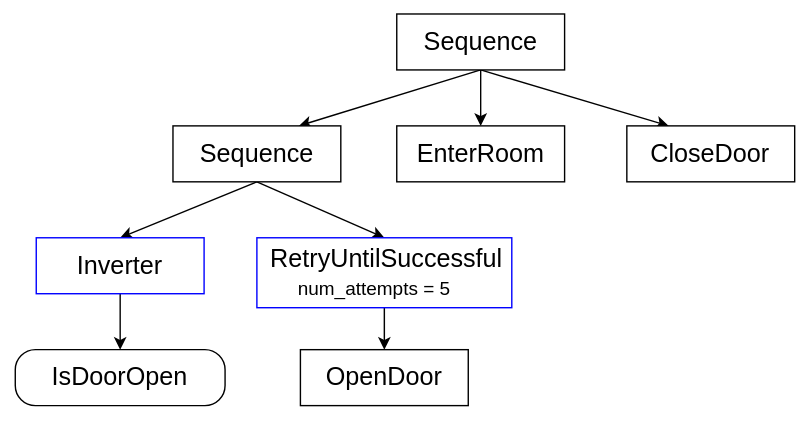
Above: docs/learn-the-basics/images/DecoratorEnterRoom.svg in BehaviorTree/btcpp_website (draw.io), before the change. Source tidied: cells renumbered, new cells last; positions are measured from the earlier drawing's top-left corner, leaving out a move shared by most shapes. Source of this version:
```xml
<mxGraphModel>
  <root>
    <mxCell id="0" />
    <mxCell id="1" parent="0" />
    <mxCell id="2" style="edgeStyle=none;rounded=0;jettySize=auto;html=1;exitX=0.5;exitY=1;exitDx=0;exitDy=0;entryX=0.75;entryY=0;entryDx=0;entryDy=0;fontSize=18;" parent="1" edge="1" source="5" target="8">
      <mxGeometry relative="1" as="geometry" />
    </mxCell>
    <mxCell id="3" style="edgeStyle=none;rounded=0;jettySize=auto;html=1;exitX=0.5;exitY=1;exitDx=0;exitDy=0;fontSize=18;entryX=0.5;entryY=0;entryDx=0;entryDy=0;" parent="1" edge="1" source="5" target="9">
      <mxGeometry relative="1" as="geometry" />
    </mxCell>
    <mxCell id="4" style="edgeStyle=none;rounded=0;jettySize=auto;html=1;exitX=0.5;exitY=1;exitDx=0;exitDy=0;entryX=0.25;entryY=0;entryDx=0;entryDy=0;fontSize=18;" parent="1" edge="1" source="5" target="10">
      <mxGeometry relative="1" as="geometry" />
    </mxCell>
    <mxCell id="5" value="Sequence" style="rounded=0;whiteSpace=wrap;html=1;fontSize=18;" parent="1" vertex="1">
      <mxGeometry x="272.8" y="-0.5" width="120" height="40" as="geometry" />
    </mxCell>
    <mxCell id="6" style="edgeStyle=none;rounded=0;jettySize=auto;html=1;exitX=0.5;exitY=1;exitDx=0;exitDy=0;entryX=0.5;entryY=0;entryDx=0;entryDy=0;fontSize=15;" parent="1" edge="1" source="8" target="13">
      <mxGeometry relative="1" as="geometry" />
    </mxCell>
    <mxCell id="7" style="edgeStyle=none;rounded=0;jettySize=auto;html=1;exitX=0.5;exitY=1;exitDx=0;exitDy=0;entryX=0.5;entryY=0;entryDx=0;entryDy=0;fontSize=15;" parent="1" edge="1" source="8" target="16">
      <mxGeometry relative="1" as="geometry" />
    </mxCell>
    <mxCell id="8" value="Sequence" style="rounded=0;whiteSpace=wrap;html=1;fontSize=18;" parent="1" vertex="1">
      <mxGeometry x="112.8" y="79.5" width="120" height="40" as="geometry" />
    </mxCell>
    <mxCell id="9" value="EnterRoom" style="rounded=0;whiteSpace=wrap;html=1;fontSize=18;" parent="1" vertex="1">
      <mxGeometry x="272.8" y="79.5" width="120" height="40" as="geometry" />
    </mxCell>
    <mxCell id="10" value="CloseDoor" style="rounded=0;whiteSpace=wrap;html=1;fontSize=18;" parent="1" vertex="1">
      <mxGeometry x="437.2" y="79.5" width="120" height="40" as="geometry" />
    </mxCell>
    <mxCell id="11" value="IsDoorOpen" style="rounded=1;whiteSpace=wrap;html=1;fontSize=18;arcSize=36;" parent="1" vertex="1">
      <mxGeometry y="239.5" width="150" height="40" as="geometry" />
    </mxCell>
    <mxCell id="12" style="edgeStyle=none;rounded=0;jettySize=auto;html=1;exitX=0.5;exitY=1;exitDx=0;exitDy=0;entryX=0.5;entryY=0;entryDx=0;entryDy=0;fontSize=15;" parent="1" edge="1" source="13" target="14">
      <mxGeometry relative="1" as="geometry" />
    </mxCell>
    <mxCell id="13" value="&lt;div&gt;RetryUntilSuccessful&lt;/div&gt;&lt;div style=&quot;font-size: 15px&quot;&gt;num_attempts = 5&lt;br&gt;&lt;/div&gt;" style="rounded=0;whiteSpace=wrap;html=1;fontSize=18;strokeColor=#0000FF;" parent="1" vertex="1">
      <mxGeometry x="172.8" y="159.5" width="182.2" height="50" as="geometry" />
    </mxCell>
    <mxCell id="14" value="OpenDoor" style="rounded=0;whiteSpace=wrap;html=1;fontSize=18;" parent="1" vertex="1">
      <mxGeometry x="203.9" y="239.5" width="120" height="40" as="geometry" />
    </mxCell>
    <mxCell id="15" style="edgeStyle=none;rounded=0;jettySize=auto;html=1;exitX=0.5;exitY=1;exitDx=0;exitDy=0;fontSize=15;" parent="1" edge="1" source="16" target="11">
      <mxGeometry relative="1" as="geometry" />
    </mxCell>
    <mxCell id="16" value="Inverter" style="rounded=0;whiteSpace=wrap;html=1;fontSize=18;strokeColor=#0000FF;" parent="1" vertex="1">
      <mxGeometry x="15" y="159.5" width="120" height="40" as="geometry" />
    </mxCell>
  </root>
</mxGraphModel>
```
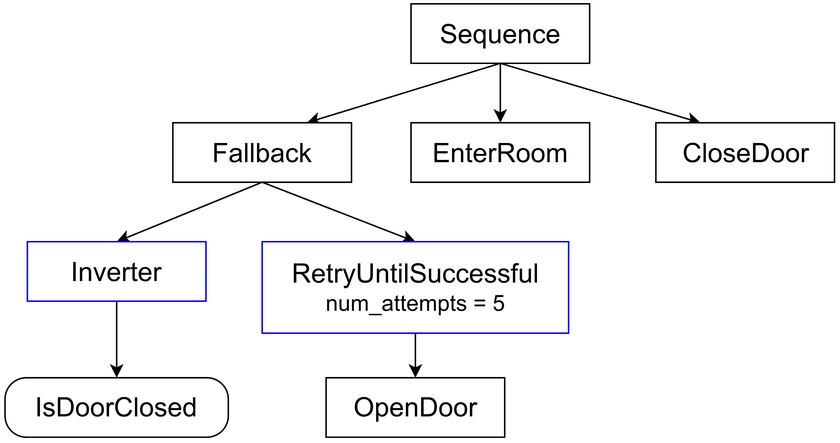
Later version of the same file.

Commit message:
fix example tree

The edit, as a diff of the source:
```diff
@@ -12,7 +12,7 @@
       <mxGeometry relative="1" as="geometry" />
     </mxCell>
     <mxCell id="5" value="Sequence" style="rounded=0;whiteSpace=wrap;html=1;fontSize=18;" parent="1" vertex="1">
-      <mxGeometry x="272.8" y="-0.5" width="120" height="40" as="geometry" />
+      <mxGeometry x="314.1" y="204.5" width="120" height="40" as="geometry" />
     </mxCell>
     <mxCell id="6" style="edgeStyle=none;rounded=0;jettySize=auto;html=1;exitX=0.5;exitY=1;exitDx=0;exitDy=0;entryX=0.5;entryY=0;entryDx=0;entryDy=0;fontSize=15;" parent="1" edge="1" source="8" target="13">
       <mxGeometry relative="1" as="geometry" />
@@ -20,32 +20,32 @@
     <mxCell id="7" style="edgeStyle=none;rounded=0;jettySize=auto;html=1;exitX=0.5;exitY=1;exitDx=0;exitDy=0;entryX=0.5;entryY=0;entryDx=0;entryDy=0;fontSize=15;" parent="1" edge="1" source="8" target="16">
       <mxGeometry relative="1" as="geometry" />
     </mxCell>
-    <mxCell id="8" value="Sequence" style="rounded=0;whiteSpace=wrap;html=1;fontSize=18;" parent="1" vertex="1">
-      <mxGeometry x="112.8" y="79.5" width="120" height="40" as="geometry" />
+    <mxCell id="8" value="Fallback" style="rounded=0;whiteSpace=wrap;html=1;fontSize=18;" parent="1" vertex="1">
+      <mxGeometry x="154.1" y="284.5" width="120" height="40" as="geometry" />
     </mxCell>
     <mxCell id="9" value="EnterRoom" style="rounded=0;whiteSpace=wrap;html=1;fontSize=18;" parent="1" vertex="1">
-      <mxGeometry x="272.8" y="79.5" width="120" height="40" as="geometry" />
+      <mxGeometry x="314.1" y="284.5" width="120" height="40" as="geometry" />
     </mxCell>
     <mxCell id="10" value="CloseDoor" style="rounded=0;whiteSpace=wrap;html=1;fontSize=18;" parent="1" vertex="1">
-      <mxGeometry x="437.2" y="79.5" width="120" height="40" as="geometry" />
+      <mxGeometry x="478.6" y="284.5" width="120" height="40" as="geometry" />
     </mxCell>
-    <mxCell id="11" value="IsDoorOpen" style="rounded=1;whiteSpace=wrap;html=1;fontSize=18;arcSize=36;" parent="1" vertex="1">
-      <mxGeometry y="239.5" width="150" height="40" as="geometry" />
+    <mxCell id="11" value="IsDoorClosed" style="rounded=1;whiteSpace=wrap;html=1;fontSize=18;arcSize=36;" parent="1" vertex="1">
+      <mxGeometry x="41.4" y="456" width="150" height="40" as="geometry" />
     </mxCell>
     <mxCell id="12" style="edgeStyle=none;rounded=0;jettySize=auto;html=1;exitX=0.5;exitY=1;exitDx=0;exitDy=0;entryX=0.5;entryY=0;entryDx=0;entryDy=0;fontSize=15;" parent="1" edge="1" source="13" target="14">
       <mxGeometry relative="1" as="geometry" />
     </mxCell>
     <mxCell id="13" value="&lt;div&gt;RetryUntilSuccessful&lt;/div&gt;&lt;div style=&quot;font-size: 15px&quot;&gt;num_attempts = 5&lt;br&gt;&lt;/div&gt;" style="rounded=0;whiteSpace=wrap;html=1;fontSize=18;strokeColor=#0000FF;" parent="1" vertex="1">
-      <mxGeometry x="172.8" y="159.5" width="182.2" height="50" as="geometry" />
+      <mxGeometry x="214.1" y="364.5" width="205.9" height="61.5" as="geometry" />
     </mxCell>
     <mxCell id="14" value="OpenDoor" style="rounded=0;whiteSpace=wrap;html=1;fontSize=18;" parent="1" vertex="1">
-      <mxGeometry x="203.9" y="239.5" width="120" height="40" as="geometry" />
+      <mxGeometry x="257.1" y="456" width="120" height="40" as="geometry" />
     </mxCell>
     <mxCell id="15" style="edgeStyle=none;rounded=0;jettySize=auto;html=1;exitX=0.5;exitY=1;exitDx=0;exitDy=0;fontSize=15;" parent="1" edge="1" source="16" target="11">
       <mxGeometry relative="1" as="geometry" />
     </mxCell>
     <mxCell id="16" value="Inverter" style="rounded=0;whiteSpace=wrap;html=1;fontSize=18;strokeColor=#0000FF;" parent="1" vertex="1">
-      <mxGeometry x="15" y="159.5" width="120" height="40" as="geometry" />
+      <mxGeometry x="56.4" y="364.5" width="120" height="40" as="geometry" />
     </mxCell>
   </root>
 </mxGraphModel>
```
